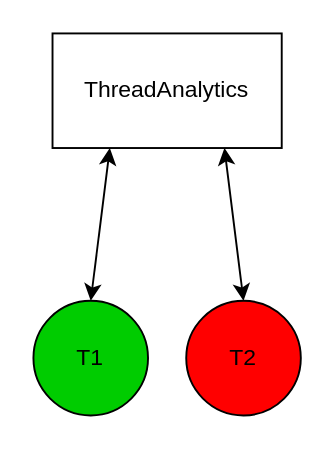
Above: docs/Wiki/Parallelisation/diagrams/threadAnalytics.drawio in butterplup/Task-Scheduler (draw.io), before the change. Source tidied: cells renumbered, new cells numbered last; positions are measured from the earlier drawing's top-left corner, leaving out a move shared by most shapes. Both pictures are drawn from the tidied source at 191%, with x=0, y=0 at pixel (32, 32).
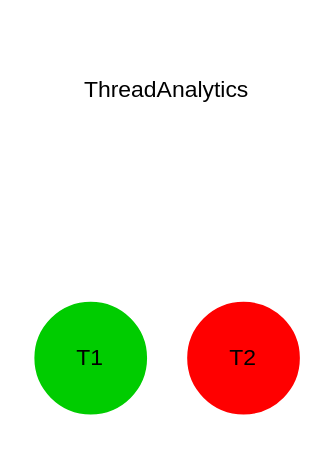
After the change.

Change to the diagram source:
```diff
@@
 <mxGraphModel>
   <root>
     <mxCell id="0" />
     <mxCell id="1" parent="0" />
-    <mxCell id="2" value="T2" style="ellipse;whiteSpace=wrap;html=1;fillColor=#FF0000;" parent="1" vertex="1">
+    <mxCell id="2" value="T2" style="ellipse;whiteSpace=wrap;html=1;fillColor=#FF0000;strokeColor=#FFFFFF;" parent="1" vertex="1">
       <mxGeometry x="80" y="140" width="60" height="60" as="geometry" />
     </mxCell>
-    <mxCell id="3" value="ThreadAnalytics" style="rounded=0;whiteSpace=wrap;html=1;fillColor=#FFFFFF;" parent="1" vertex="1">
+    <mxCell id="3" value="ThreadAnalytics" style="rounded=0;whiteSpace=wrap;html=1;fillColor=#FFFFFF;strokeColor=#FFFFFF;" parent="1" vertex="1">
       <mxGeometry x="10" width="120" height="60" as="geometry" />
     </mxCell>
-    <mxCell id="4" style="endArrow=classic;startArrow=classic;html=1;exitX=0.5;exitY=0;exitDx=0;exitDy=0;entryX=0.25;entryY=1;entryDx=0;entryDy=0;" parent="1" edge="1" source="6" target="3">
+    <mxCell id="4" style="endArrow=classic;startArrow=classic;html=1;exitX=0.5;exitY=0;exitDx=0;exitDy=0;entryX=0.25;entryY=1;entryDx=0;entryDy=0;strokeColor=#FFFFFF;" parent="1" edge="1" source="6" target="3">
       <mxGeometry relative="1" as="geometry" />
     </mxCell>
-    <mxCell id="5" style="endArrow=classic;startArrow=classic;html=1;exitX=0.5;exitY=0;exitDx=0;exitDy=0;entryX=0.75;entryY=1;entryDx=0;entryDy=0;" parent="1" edge="1" source="2" target="3">
+    <mxCell id="5" style="endArrow=classic;startArrow=classic;html=1;exitX=0.5;exitY=0;exitDx=0;exitDy=0;entryX=0.75;entryY=1;entryDx=0;entryDy=0;strokeColor=#FFFFFF;" parent="1" edge="1" source="2" target="3">
       <mxGeometry relative="1" as="geometry" />
     </mxCell>
-    <mxCell id="6" value="T1" style="ellipse;whiteSpace=wrap;html=1;fillColor=#00CC00;" parent="1" vertex="1">
+    <mxCell id="6" value="T1" style="ellipse;whiteSpace=wrap;html=1;fillColor=#00CC00;strokeColor=#FFFFFF;" parent="1" vertex="1">
       <mxGeometry y="140" width="60" height="60" as="geometry" />
     </mxCell>
   </root>
 </mxGraphModel>
```
